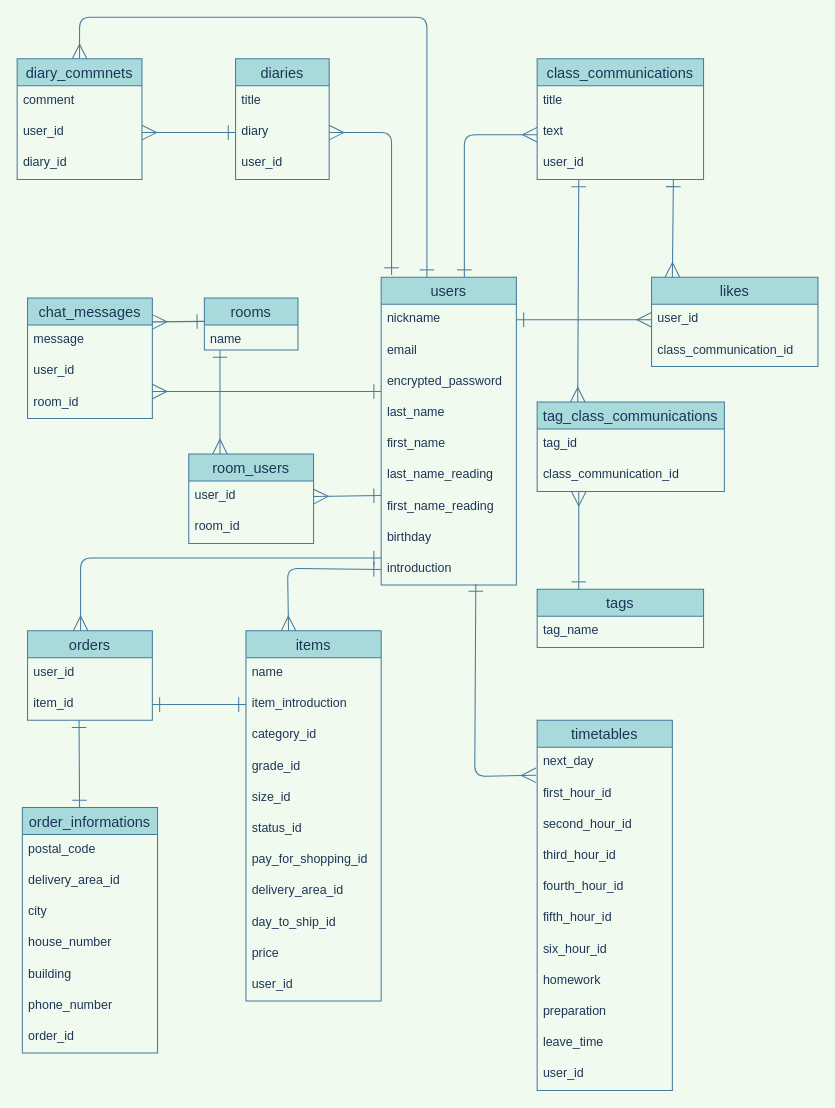
Earlier version of the draw.io diagram rakucho.dio (hiratatatsujiro/rakucho_app). Source tidied: cells renumbered, new cells numbered last; positions are measured from the earlier drawing's top-left corner, leaving out a move shared by most shapes. Both pictures are drawn from the tidied source at 104%, with x=0, y=0 at pixel (17, 17).
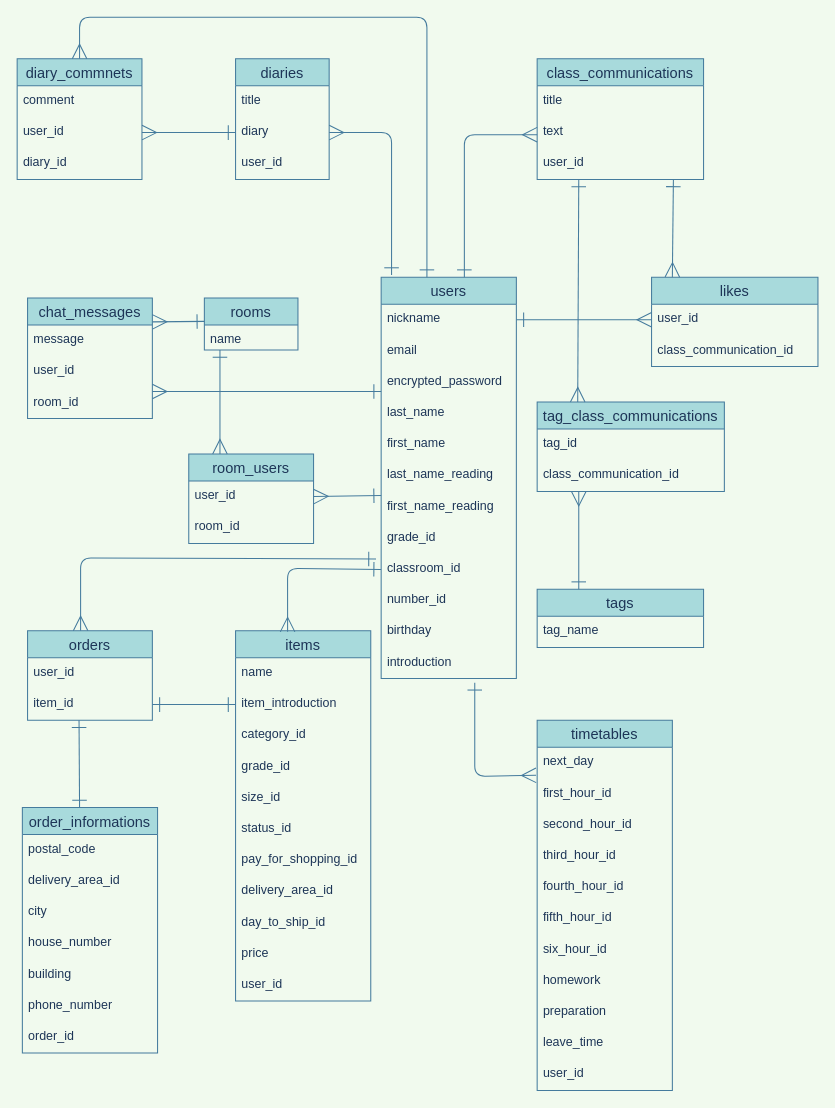
Above is the later version.

The change refers to these unchanged cells:
```xml
<mxCell id="31" value="item_introduction " style="text;strokeColor=none;fillColor=none;spacingLeft=4;spacingRight=4;overflow=hidden;points=[[0,0.5],[1,0.5]];portConstraint=eastwest;fontSize=12;fontColor=#1D3557;" parent="29" vertex="1">
  <mxGeometry y="56" width="130" height="30" as="geometry" />
</mxCell>
<mxCell id="41" value="orders" style="swimlane;fontStyle=0;horizontal=1;startSize=26;align=center;fontSize=14;fillColor=#A8DADC;strokeColor=#457B9D;fontColor=#1D3557;" parent="1" vertex="1">
  <mxGeometry x="10" y="590" width="120" height="86" as="geometry" />
</mxCell>
<mxCell id="43" value="item_id" style="text;strokeColor=none;fillColor=none;spacingLeft=4;spacingRight=4;overflow=hidden;points=[[0,0.5],[1,0.5]];portConstraint=eastwest;fontSize=12;fontColor=#1D3557;" parent="41" vertex="1">
  <mxGeometry y="56" width="120" height="30" as="geometry" />
</mxCell>
<mxCell id="65" value="next_day" style="text;strokeColor=none;fillColor=none;spacingLeft=4;spacingRight=4;overflow=hidden;points=[[0,0.5],[1,0.5]];portConstraint=eastwest;fontSize=12;fontColor=#1D3557;" parent="64" vertex="1">
  <mxGeometry y="26" width="130" height="30" as="geometry" />
</mxCell>
```

The edit, as a diff of the source:
```diff
@@
     <mxCell id="2" value="users" style="swimlane;fontStyle=0;horizontal=1;startSize=26;align=center;fontSize=14;fillColor=#A8DADC;strokeColor=#457B9D;fontColor=#1D3557;" parent="1" vertex="1">
-      <mxGeometry x="350" y="250" width="130" height="296" as="geometry" />
+      <mxGeometry x="350" y="250" width="130" height="386" as="geometry" />
     </mxCell>
@@
+    <mxCell id="93" value="grade_id" style="text;strokeColor=none;fillColor=none;spacingLeft=4;spacingRight=4;overflow=hidden;fontSize=12;fontColor=#1D3557;" parent="2" vertex="1">
+      <mxGeometry y="236" width="130" height="30" as="geometry" />
+    </mxCell>
+    <mxCell id="94" value="classroom_id" style="text;strokeColor=none;fillColor=none;spacingLeft=4;spacingRight=4;overflow=hidden;points=[[0,0.5],[1,0.5]];portConstraint=eastwest;fontSize=12;fontColor=#1D3557;" parent="2" vertex="1">
+      <mxGeometry y="266" width="130" height="30" as="geometry" />
+    </mxCell>
+    <mxCell id="95" value="number_id" style="text;strokeColor=none;fillColor=none;spacingLeft=4;spacingRight=4;overflow=hidden;fontSize=12;fontColor=#1D3557;" parent="2" vertex="1">
+      <mxGeometry y="296" width="130" height="30" as="geometry" />
+    </mxCell>
     <mxCell id="10" value="birthday" style="text;strokeColor=none;fillColor=none;spacingLeft=4;spacingRight=4;overflow=hidden;fontSize=12;fontColor=#1D3557;" parent="2" vertex="1">
-      <mxGeometry y="236" width="130" height="30" as="geometry" />
+      <mxGeometry y="326" width="130" height="30" as="geometry" />
     </mxCell>
     <mxCell id="11" value="introduction" style="text;strokeColor=none;fillColor=none;spacingLeft=4;spacingRight=4;overflow=hidden;points=[[0,0.5],[1,0.5]];portConstraint=eastwest;fontSize=12;fontColor=#1D3557;" parent="2" vertex="1">
-      <mxGeometry y="266" width="130" height="30" as="geometry" />
+      <mxGeometry y="356" width="130" height="30" as="geometry" />
     </mxCell>
@@
     <mxCell id="29" value="items" style="swimlane;fontStyle=0;horizontal=1;startSize=26;align=center;fontSize=14;fillColor=#A8DADC;strokeColor=#457B9D;fontColor=#1D3557;" parent="1" vertex="1">
-      <mxGeometry x="220" y="590" width="130" height="356" as="geometry" />
+      <mxGeometry x="210" y="590" width="130" height="356" as="geometry" />
     </mxCell>
@@
-    <mxCell id="83" style="edgeStyle=none;rounded=1;sketch=0;jettySize=auto;html=1;exitX=0;exitY=0.5;exitDx=0;exitDy=0;entryX=0.315;entryY=0;entryDx=0;entryDy=0;entryPerimeter=0;fontColor=#1D3557;startArrow=ERone;startFill=0;endArrow=ERmany;endFill=0;startSize=12;endSize=12;strokeColor=#457B9D;fillColor=#A8DADC;" parent="1" edge="1" source="11" target="29">
+    <mxCell id="83" style="edgeStyle=none;rounded=1;sketch=0;jettySize=auto;html=1;exitX=0;exitY=0.5;exitDx=0;exitDy=0;entryX=0.385;entryY=0.003;entryDx=0;entryDy=0;entryPerimeter=0;fontColor=#1D3557;startArrow=ERone;startFill=0;endArrow=ERmany;endFill=0;startSize=12;endSize=12;strokeColor=#457B9D;fillColor=#A8DADC;" parent="1" edge="1" source="94" target="29">
       <mxGeometry relative="1" as="geometry">
         <Array as="points">
           <mxPoint x="260" y="530" />
         </Array>
       </mxGeometry>
     </mxCell>
-    <mxCell id="84" style="edgeStyle=none;rounded=1;sketch=0;jettySize=auto;html=1;exitX=0;exitY=0.133;exitDx=0;exitDy=0;entryX=0.425;entryY=0;entryDx=0;entryDy=0;entryPerimeter=0;fontColor=#1D3557;startArrow=ERone;startFill=0;endArrow=ERmany;endFill=0;startSize=12;endSize=12;strokeColor=#457B9D;fillColor=#A8DADC;exitPerimeter=0;" parent="1" edge="1" source="11" target="41">
+    <mxCell id="84" style="edgeStyle=none;rounded=1;sketch=0;jettySize=auto;html=1;exitX=-0.038;exitY=0.167;exitDx=0;exitDy=0;entryX=0.425;entryY=0;entryDx=0;entryDy=0;entryPerimeter=0;fontColor=#1D3557;startArrow=ERone;startFill=0;endArrow=ERmany;endFill=0;startSize=12;endSize=12;strokeColor=#457B9D;fillColor=#A8DADC;exitPerimeter=0;" parent="1" edge="1" source="94" target="41">
       <mxGeometry relative="1" as="geometry">
         <Array as="points">
           <mxPoint x="61" y="520" />
         </Array>
       </mxGeometry>
     </mxCell>
-    <mxCell id="85" style="edgeStyle=none;rounded=1;sketch=0;jettySize=auto;html=1;exitX=0;exitY=0.5;exitDx=0;exitDy=0;entryX=1;entryY=0.5;entryDx=0;entryDy=0;fontColor=#1D3557;startArrow=ERone;startFill=0;endArrow=ERone;endFill=0;startSize=12;endSize=12;strokeColor=#457B9D;fillColor=#A8DADC;" parent="1" edge="1" source="31" target="43">
-      <mxGeometry relative="1" as="geometry" />
+    <mxCell id="85" style="edgeStyle=none;rounded=1;sketch=0;jettySize=auto;html=1;entryX=1;entryY=0.5;entryDx=0;entryDy=0;fontColor=#1D3557;startArrow=ERone;startFill=0;endArrow=ERone;endFill=0;startSize=12;endSize=12;strokeColor=#457B9D;fillColor=#A8DADC;" parent="1" edge="1" target="43">
+      <mxGeometry relative="1" as="geometry">
+        <mxPoint x="210" y="661" as="sourcePoint" />
+      </mxGeometry>
     </mxCell>
@@
     <mxCell id="92" style="edgeStyle=none;rounded=1;sketch=0;jettySize=auto;html=1;fontColor=#1D3557;strokeColor=#457B9D;fillColor=#A8DADC;endArrow=ERmany;endFill=0;endSize=12;startSize=12;startArrow=ERone;startFill=0;entryX=-0.008;entryY=0.9;entryDx=0;entryDy=0;entryPerimeter=0;" parent="1" edge="1" target="65">
       <mxGeometry relative="1" as="geometry">
-        <mxPoint x="441" y="545" as="sourcePoint" />
+        <mxPoint x="440" y="640" as="sourcePoint" />
         <Array as="points">
           <mxPoint x="440" y="730" />
         </Array>
       </mxGeometry>
     </mxCell>
```
